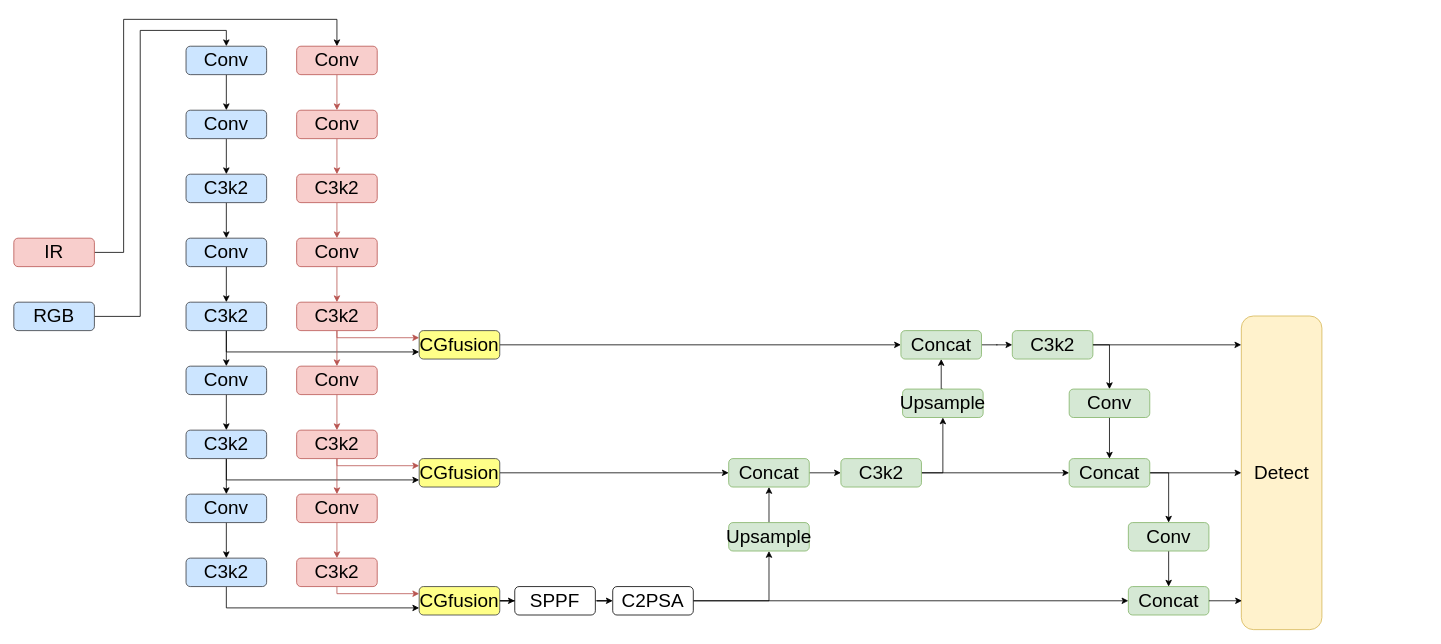
COSMOSHH/drawio-github keeps this draw.io diagram as CGfusion.drawio. Above is the earlier version. Source tidied: cells renumbered, new cells numbered last; positions are measured from the earlier drawing's top-left corner, leaving out a move shared by most shapes. Both pictures are drawn from the tidied source at 79%, with x=0, y=0 at pixel (13, 19).
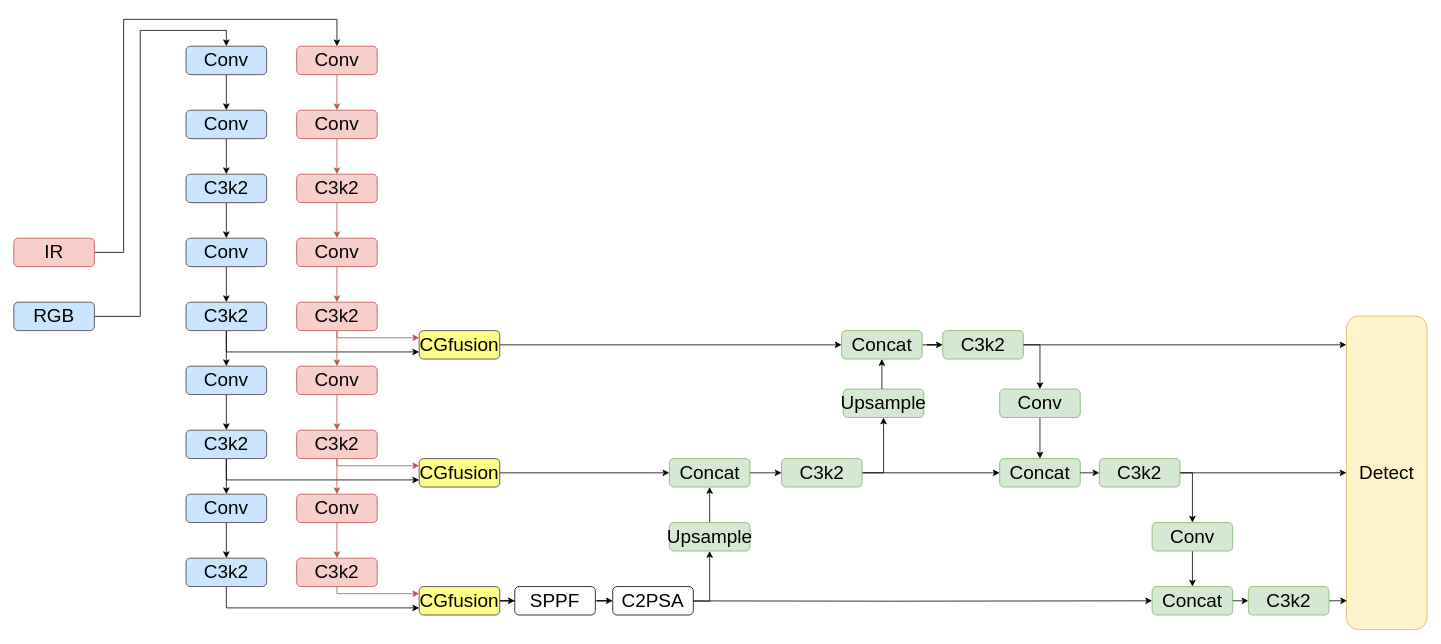
After the change.

The change refers to these unchanged cells:
```xml
<mxCell id="23" value="&lt;span style=&quot;font-size: 24px;&quot;&gt;C2PSA&lt;/span&gt;" style="rounded=1;whiteSpace=wrap;html=1;" parent="1" vertex="1">
  <mxGeometry x="758.1" y="718" width="102" height="36" as="geometry" />
</mxCell>
```

What changed in the source:
```diff
@@
     <mxCell id="9" value="&lt;span style=&quot;font-size: 24px;&quot;&gt;Concat&lt;/span&gt;" style="rounded=1;whiteSpace=wrap;html=1;fillColor=#d5e8d4;strokeColor=#82b366;" parent="1" vertex="1">
-      <mxGeometry x="1122.9" y="394" width="102" height="36" as="geometry" />
+      <mxGeometry x="1047.8" y="394" width="102" height="36" as="geometry" />
     </mxCell>
@@
     <mxCell id="11" value="&lt;span style=&quot;font-size: 24px;&quot;&gt;C3k2&lt;/span&gt;" style="rounded=1;whiteSpace=wrap;html=1;fillColor=#d5e8d4;strokeColor=#82b366;" parent="1" vertex="1">
-      <mxGeometry x="1263.9" y="394" width="102" height="36" as="geometry" />
+      <mxGeometry x="1175.9" y="394" width="102" height="36" as="geometry" />
     </mxCell>
@@
     <mxCell id="13" value="&lt;span style=&quot;font-size: 24px;&quot;&gt;Concat&lt;/span&gt;" style="rounded=1;whiteSpace=wrap;html=1;fillColor=#d5e8d4;strokeColor=#82b366;" parent="1" vertex="1">
-      <mxGeometry x="904.9" y="556" width="102" height="36" as="geometry" />
+      <mxGeometry x="829.8" y="556" width="102" height="36" as="geometry" />
     </mxCell>
@@
     <mxCell id="16" value="&lt;span style=&quot;font-size: 24px;&quot;&gt;C3k2&lt;/span&gt;" style="rounded=1;whiteSpace=wrap;html=1;fillColor=#d5e8d4;strokeColor=#82b366;" parent="1" vertex="1">
-      <mxGeometry x="1046.9" y="556" width="102" height="36" as="geometry" />
+      <mxGeometry x="971.8" y="556" width="102" height="36" as="geometry" />
     </mxCell>
@@
     <mxCell id="18" value="&lt;span style=&quot;font-family: Calibri;&quot;&gt;&lt;font style=&quot;font-size: 24px;&quot;&gt;Upsample&lt;/font&gt;&lt;/span&gt;" style="rounded=1;whiteSpace=wrap;html=1;fillColor=#d5e8d4;strokeColor=#82b366;" parent="1" vertex="1">
-      <mxGeometry x="904.9" y="637" width="102" height="36" as="geometry" />
+      <mxGeometry x="829.8" y="637" width="102" height="36" as="geometry" />
     </mxCell>
@@
-    <mxCell id="21" style="edgeStyle=orthogonalEdgeStyle;rounded=0;jettySize=auto;html=1;exitX=1;exitY=0.5;exitDx=0;exitDy=0;entryX=0;entryY=0.5;entryDx=0;entryDy=0;" parent="1" edge="1" source="23" target="33">
-      <mxGeometry relative="1" as="geometry" />
+    <mxCell id="21" style="edgeStyle=orthogonalEdgeStyle;rounded=0;jettySize=auto;html=1;exitX=1;exitY=0.5;exitDx=0;exitDy=0;entryX=0;entryY=0.5;entryDx=0;entryDy=0;" parent="1" edge="1" target="33">
+      <mxGeometry relative="1" as="geometry">
+        <mxPoint x="785" y="736" as="sourcePoint" />
+      </mxGeometry>
     </mxCell>
-    <mxCell id="22" style="edgeStyle=orthogonalEdgeStyle;rounded=0;jettySize=auto;html=1;exitX=1;exitY=0.5;exitDx=0;exitDy=0;entryX=0.5;entryY=1;entryDx=0;entryDy=0;" parent="1" edge="1" source="23" target="18">
-      <mxGeometry relative="1" as="geometry" />
+    <mxCell id="22" style="edgeStyle=orthogonalEdgeStyle;rounded=0;jettySize=auto;html=1;exitX=1;exitY=0.5;exitDx=0;exitDy=0;entryX=0.5;entryY=1;entryDx=0;entryDy=0;" parent="1" edge="1" target="18">
+      <mxGeometry relative="1" as="geometry">
+        <mxPoint x="785" y="736" as="sourcePoint" />
+      </mxGeometry>
     </mxCell>
@@
     <mxCell id="25" value="&lt;span style=&quot;font-family: Calibri;&quot;&gt;&lt;font style=&quot;font-size: 24px;&quot;&gt;Upsample&lt;/font&gt;&lt;/span&gt;" style="rounded=1;whiteSpace=wrap;html=1;fillColor=#d5e8d4;strokeColor=#82b366;" parent="1" vertex="1">
-      <mxGeometry x="1125" y="468" width="102" height="36" as="geometry" />
+      <mxGeometry x="1049.9" y="468" width="102" height="36" as="geometry" />
     </mxCell>
@@
     <mxCell id="27" value="&lt;span style=&quot;font-size: 24px;&quot;&gt;Conv&lt;/span&gt;" style="rounded=1;whiteSpace=wrap;html=1;fillColor=#d5e8d4;strokeColor=#82b366;" parent="1" vertex="1">
-      <mxGeometry x="1335.9" y="468" width="102" height="36" as="geometry" />
+      <mxGeometry x="1247.9" y="468" width="102" height="36" as="geometry" />
     </mxCell>
-    <mxCell id="28" style="edgeStyle=orthogonalEdgeStyle;rounded=0;jettySize=auto;html=1;exitX=1;exitY=0.5;exitDx=0;exitDy=0;entryX=0.5;entryY=0;entryDx=0;entryDy=0;" parent="1" edge="1" source="30" target="32">
-      <mxGeometry relative="1" as="geometry" />
+    <mxCell id="28" style="edgeStyle=orthogonalEdgeStyle;rounded=0;jettySize=auto;html=1;exitX=1;exitY=0.5;exitDx=0;exitDy=0;entryX=0.5;entryY=0;entryDx=0;entryDy=0;" parent="1" edge="1" target="32">
+      <mxGeometry relative="1" as="geometry">
+        <mxPoint x="1468" y="574" as="sourcePoint" />
+        <Array as="points">
+          <mxPoint x="1491.9" y="574" />
+        </Array>
+      </mxGeometry>
     </mxCell>
-    <mxCell id="29" style="edgeStyle=orthogonalEdgeStyle;rounded=0;jettySize=auto;html=1;exitX=1;exitY=0.5;exitDx=0;exitDy=0;entryX=0;entryY=0.5;entryDx=0;entryDy=0;" parent="1" edge="1" source="30" target="34">
+    <mxCell id="29" style="edgeStyle=orthogonalEdgeStyle;rounded=0;jettySize=auto;html=1;exitX=1;exitY=0.5;exitDx=0;exitDy=0;entryX=0;entryY=0.5;entryDx=0;entryDy=0;" parent="1" edge="1" source="82" target="34">
       <mxGeometry relative="1" as="geometry" />
     </mxCell>
     <mxCell id="30" value="&lt;span style=&quot;font-size: 24px;&quot;&gt;Concat&lt;/span&gt;" style="rounded=1;whiteSpace=wrap;html=1;fillColor=#d5e8d4;strokeColor=#82b366;" parent="1" vertex="1">
-      <mxGeometry x="1335.9" y="556" width="102" height="36" as="geometry" />
+      <mxGeometry x="1247.9" y="556" width="102" height="36" as="geometry" />
     </mxCell>
@@
     <mxCell id="32" value="&lt;span style=&quot;font-size: 24px;&quot;&gt;Conv&lt;/span&gt;" style="rounded=1;whiteSpace=wrap;html=1;fillColor=#d5e8d4;strokeColor=#82b366;" parent="1" vertex="1">
-      <mxGeometry x="1410.8" y="637" width="102" height="36" as="geometry" />
+      <mxGeometry x="1440.9" y="637" width="102" height="36" as="geometry" />
     </mxCell>
     <mxCell id="33" value="&lt;span style=&quot;font-size: 24px;&quot;&gt;Concat&lt;/span&gt;" style="rounded=1;whiteSpace=wrap;html=1;fillColor=#d5e8d4;strokeColor=#82b366;" parent="1" vertex="1">
-      <mxGeometry x="1410.8" y="718" width="102" height="36" as="geometry" />
+      <mxGeometry x="1440.9" y="718" width="102" height="36" as="geometry" />
     </mxCell>
     <mxCell id="34" value="&lt;span style=&quot;font-size: 24px;&quot;&gt;Detect&lt;/span&gt;" style="rounded=1;whiteSpace=wrap;html=1;fillColor=#fff2cc;strokeColor=#d6b656;" parent="1" vertex="1">
-      <mxGeometry x="1553.8" y="375.5" width="102" height="397" as="geometry" />
+      <mxGeometry x="1686.9" y="375.5" width="102" height="397" as="geometry" />
     </mxCell>
@@
-    <mxCell id="80" style="edgeStyle=orthogonalEdgeStyle;rounded=0;jettySize=auto;html=1;exitX=1;exitY=0.5;exitDx=0;exitDy=0;entryX=0.008;entryY=0.908;entryDx=0;entryDy=0;entryPerimeter=0;" parent="1" edge="1" source="33" target="34">
+    <mxCell id="80" style="edgeStyle=orthogonalEdgeStyle;rounded=0;jettySize=auto;html=1;exitX=1;exitY=0.5;exitDx=0;exitDy=0;entryX=0.008;entryY=0.908;entryDx=0;entryDy=0;entryPerimeter=0;" parent="1" edge="1" source="84" target="34">
       <mxGeometry relative="1" as="geometry" />
     </mxCell>
+    <mxCell id="81" style="edgeStyle=orthogonalEdgeStyle;rounded=0;jettySize=auto;html=1;exitX=1;exitY=0.5;exitDx=0;exitDy=0;entryX=0;entryY=0.5;entryDx=0;entryDy=0;" parent="1" edge="1" source="30" target="82">
+      <mxGeometry relative="1" as="geometry" />
+    </mxCell>
+    <mxCell id="82" value="&lt;span style=&quot;font-size: 24px;&quot;&gt;C3k2&lt;/span&gt;" style="rounded=1;whiteSpace=wrap;html=1;fillColor=#d5e8d4;strokeColor=#82b366;" parent="1" vertex="1">
+      <mxGeometry x="1374.1" y="556" width="102" height="36" as="geometry" />
+    </mxCell>
+    <mxCell id="83" style="edgeStyle=orthogonalEdgeStyle;rounded=0;jettySize=auto;html=1;exitX=1;exitY=0.5;exitDx=0;exitDy=0;entryX=0;entryY=0.5;entryDx=0;entryDy=0;" parent="1" edge="1" source="33" target="84">
+      <mxGeometry relative="1" as="geometry" />
+    </mxCell>
+    <mxCell id="84" value="&lt;span style=&quot;font-size: 24px;&quot;&gt;C3k2&lt;/span&gt;" style="rounded=1;whiteSpace=wrap;html=1;fillColor=#d5e8d4;strokeColor=#82b366;" parent="1" vertex="1">
+      <mxGeometry x="1562.7" y="718" width="102" height="36" as="geometry" />
+    </mxCell>
```
